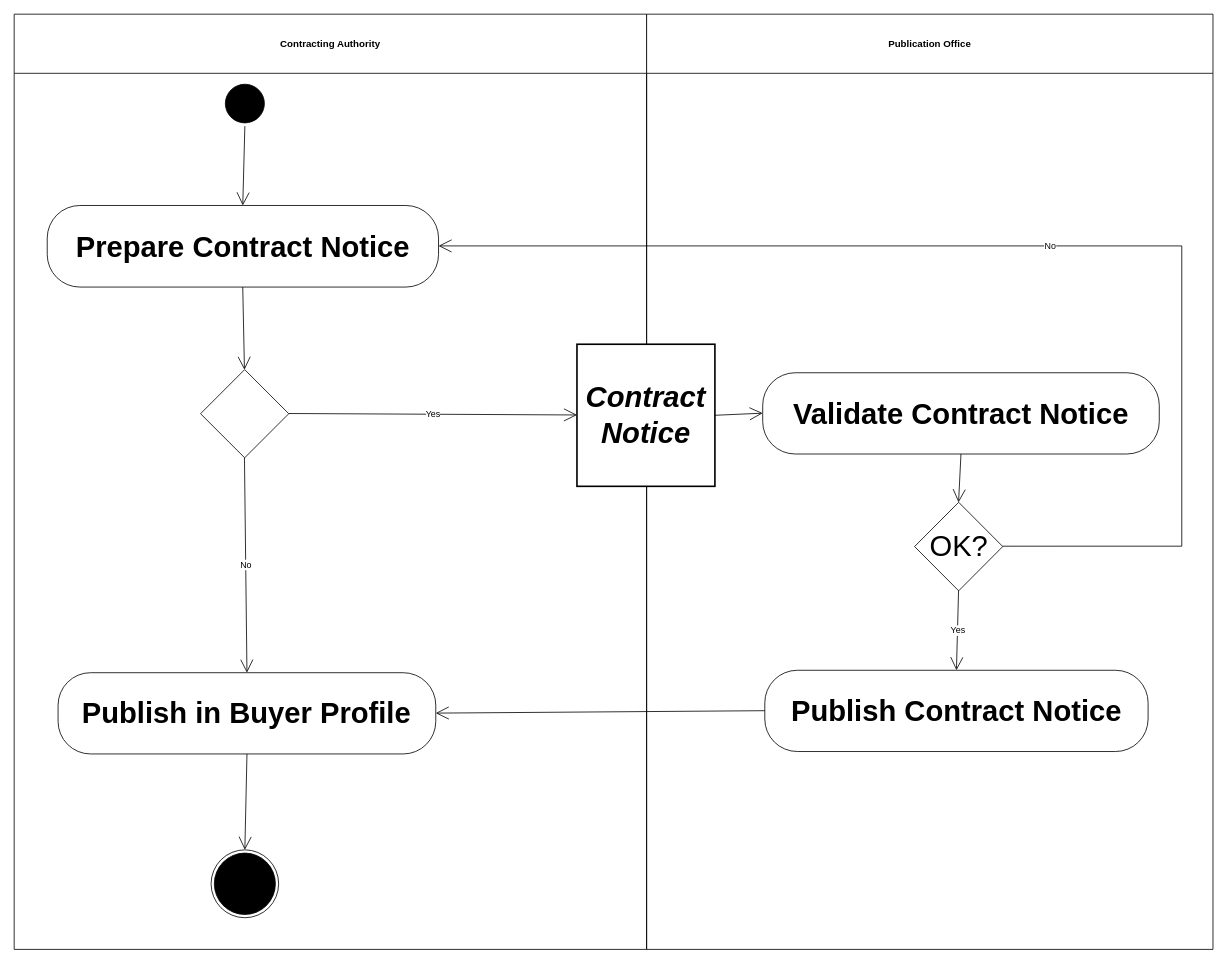
Before: diagrams/UBL-2.2-Tender-ContractInfoNotify/UBL-2.2-Tender-ContractInfoNotify.drawio in kduvekot/ubl-work-on-svg-images, a draw.io diagram. Source tidied: cells renumbered, new cells numbered last; positions are measured from the earlier drawing's top-left corner, leaving out a move shared by most shapes. Both pictures are drawn from the tidied source at 81%, with x=0, y=0 at pixel (14, 14).
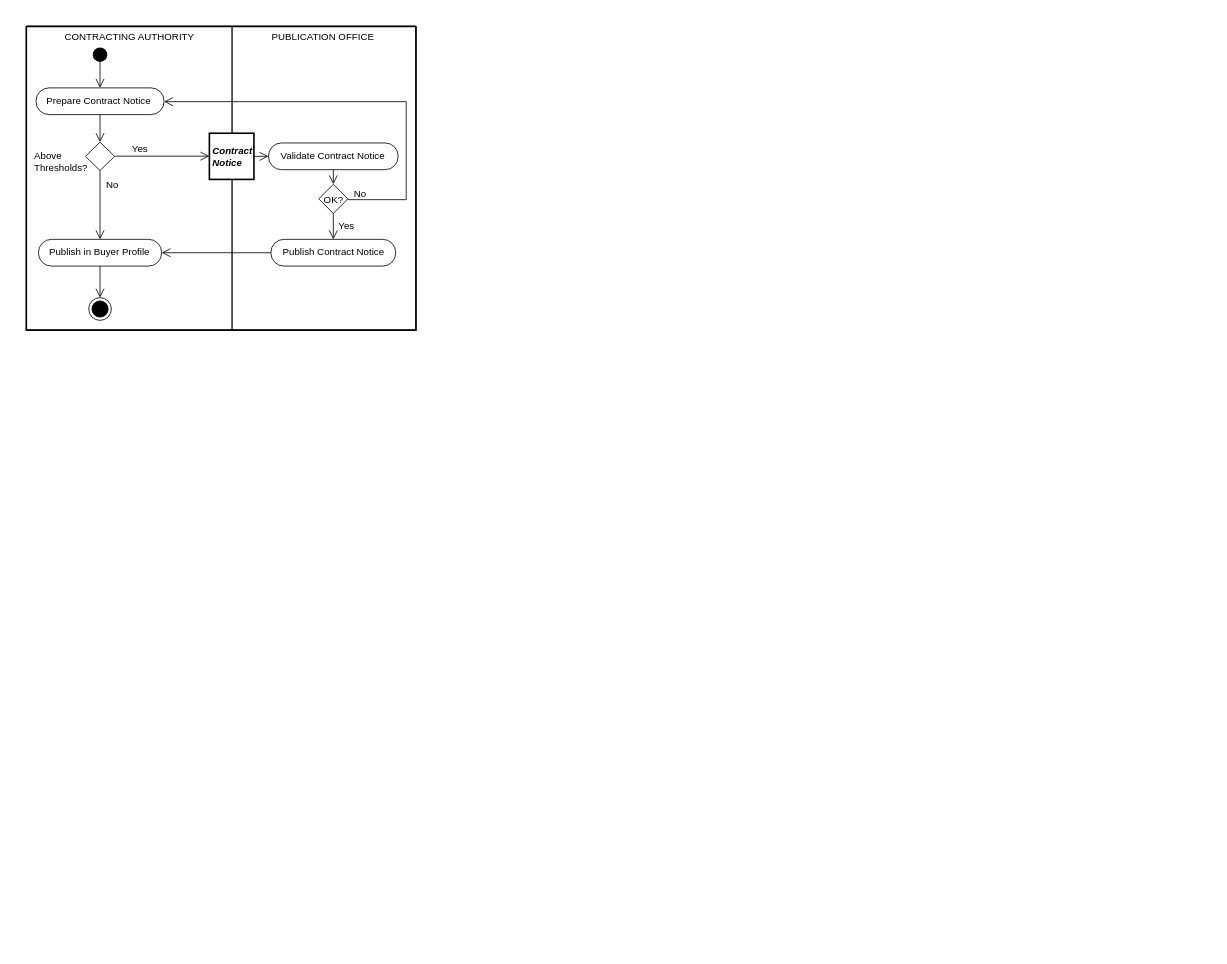
After the change.

The edit, as a diff of the source:
```diff
@@
+    <mxCell id="23" style="swimlane;html=1;startSize=0;whiteSpace=wrap;fillColor=none;strokeWidth=2;" parent="1" vertex="1">
+      <mxGeometry x="15" y="15" width="481" height="375" as="geometry" />
+    </mxCell>
-    <mxCell id="2" value="Contracting Authority" style="swimlane;whiteSpace=wrap;html=1;startSize=73;" parent="1" vertex="1">
-      <mxGeometry width="780.8" height="1154.6" as="geometry" />
+    <mxCell id="2" value="CONTRACTING AUTHORITY" style="swimlane;horizontal=1;startSize=26;swimlaneLine=0;html=1;fillColor=none;fontSize=12;fontStyle=0;spacing=0;" parent="23" vertex="1">
+      <mxGeometry width="254" height="375" as="geometry" />
     </mxCell>
-    <mxCell id="3" value="Publication Office" style="swimlane;whiteSpace=wrap;html=1;startSize=73;" parent="1" vertex="1">
-      <mxGeometry x="780.8" width="699.2" height="1154.6" as="geometry" />
+    <mxCell id="3" value="PUBLICATION OFFICE" style="swimlane;horizontal=1;startSize=26;swimlaneLine=0;html=1;fillColor=none;fontSize=12;fontStyle=0;spacing=0;spacingRight=3;" parent="23" vertex="1">
+      <mxGeometry x="254" width="227" height="375" as="geometry" />
     </mxCell>
-    <mxCell id="4" style="ellipse;html=1;shape=startState;fillColor=#000000;strokeColor=#000000;fontFamily=Helvetica;fontSize=36;" parent="1" vertex="1">
-      <mxGeometry x="256.7" y="82.5" width="56.2" height="55.7" as="geometry" />
+    <mxCell id="4" style="ellipse;shape=startState;fillColor=#000000;strokeColor=none;html=1;" parent="2" vertex="1">
+      <mxGeometry x="78" y="22" width="26" height="26" as="geometry" />
     </mxCell>
-    <mxCell id="5" value="Prepare Contract Notice" style="rounded=1;arcSize=40;whiteSpace=wrap;html=1;fontStyle=1;fontFamily=Helvetica;fontSize=36;" parent="1" vertex="1">
-      <mxGeometry x="40.8" y="236.2" width="483.1" height="100.7" as="geometry" />
+    <mxCell id="5" value="Prepare Contract Notice" style="rounded=1;absoluteArcSize=1;arcSize=32;html=1;whiteSpace=nowrap;fontSize=12;fontStyle=0;align=center;verticalAlign=middle;spacing=0;spacingRight=4;spacingBottom=1;" parent="2" vertex="1">
+      <mxGeometry x="12" y="76" width="158" height="33" as="geometry" />
     </mxCell>
-    <mxCell id="6" value="Contract Notice" style="rounded=0;whiteSpace=wrap;html=1;fontStyle=3;strokeWidth=2;fontFamily=Helvetica;fontSize=36;" parent="1" vertex="1">
-      <mxGeometry x="694.8" y="407.5" width="170.3" height="175.4" as="geometry" />
+    <mxCell id="6" value="Contract&lt;br&gt;Notice" style="rounded=0;html=1;whiteSpace=nowrap;fontSize=12;fontStyle=3;align=left;verticalAlign=middle;spacing=0;spacingLeft=4;strokeWidth=2;" parent="3" vertex="1">
+      <mxGeometry x="-28" y="132" width="55" height="57" as="geometry" />
     </mxCell>
-    <mxCell id="7" style="rhombus;whiteSpace=wrap;html=1;fontFamily=Helvetica;fontSize=36;" parent="1" vertex="1">
-      <mxGeometry x="230.1" y="438.8" width="108.9" height="108.9" as="geometry" />
+    <mxCell id="7" value="Above&lt;br&gt;Thresholds?" style="rhombus;html=1;whiteSpace=nowrap;fontSize=12;fontStyle=0;align=left;verticalAlign=middle;spacing=0;spacingLeft=-63;spacingTop=13;" parent="2" vertex="1">
+      <mxGeometry x="73" y="143" width="36" height="35" as="geometry" />
     </mxCell>
-    <mxCell id="8" value="Validate Contract Notice" style="rounded=1;arcSize=40;whiteSpace=wrap;html=1;fontStyle=1;fontFamily=Helvetica;fontSize=36;" parent="1" vertex="1">
-      <mxGeometry x="924.1" y="442.7" width="489.6" height="100.3" as="geometry" />
+    <mxCell id="8" value="Validate Contract Notice" style="rounded=1;absoluteArcSize=1;arcSize=32;html=1;whiteSpace=nowrap;fontSize=12;fontStyle=0;align=center;verticalAlign=middle;spacing=0;spacingRight=3;spacingBottom=1;" parent="3" vertex="1">
+      <mxGeometry x="45" y="144" width="160" height="33" as="geometry" />
     </mxCell>
-    <mxCell id="9" value="OK?" style="rhombus;whiteSpace=wrap;html=1;fontFamily=Helvetica;fontSize=36;" parent="1" vertex="1">
-      <mxGeometry x="1111.6" y="602.6" width="108.9" height="109.3" as="geometry" />
+    <mxCell id="9" value="OK?" style="rhombus;html=1;whiteSpace=nowrap;fontSize=12;fontStyle=0;align=center;verticalAlign=middle;spacing=0;spacingTop=2;" parent="3" vertex="1">
+      <mxGeometry x="107" y="195" width="36" height="36" as="geometry" />
     </mxCell>
-    <mxCell id="10" value="Publish Contract Notice" style="rounded=1;arcSize=40;whiteSpace=wrap;html=1;fontStyle=1;fontFamily=Helvetica;fontSize=36;" parent="1" vertex="1">
-      <mxGeometry x="926.7" y="810" width="473.2" height="100.3" as="geometry" />
+    <mxCell id="10" value="Publish Contract Notice" style="rounded=1;absoluteArcSize=1;arcSize=32;html=1;whiteSpace=nowrap;fontSize=12;fontStyle=0;align=center;verticalAlign=middle;spacing=0;spacingBottom=1;" parent="3" vertex="1">
+      <mxGeometry x="48" y="263" width="154" height="33" as="geometry" />
     </mxCell>
-    <mxCell id="11" value="Publish in Buyer Profile" style="rounded=1;arcSize=40;whiteSpace=wrap;html=1;fontStyle=1;fontFamily=Helvetica;fontSize=36;" parent="1" vertex="1">
-      <mxGeometry x="54.2" y="813" width="466.3" height="100.3" as="geometry" />
+    <mxCell id="11" value="Publish in Buyer Profile" style="rounded=1;absoluteArcSize=1;arcSize=32;html=1;whiteSpace=nowrap;fontSize=12;fontStyle=0;align=center;verticalAlign=middle;spacing=0;spacingRight=3;spacingBottom=1;" parent="2" vertex="1">
+      <mxGeometry x="15" y="263" width="152" height="33" as="geometry" />
     </mxCell>
-    <mxCell id="12" style="ellipse;html=1;shape=endState;fillColor=#000000;strokeColor=#000000;fontFamily=Helvetica;fontSize=36;" parent="1" vertex="1">
-      <mxGeometry x="243.1" y="1031.7" width="83.4" height="83.8" as="geometry" />
+    <mxCell id="12" style="ellipse;shape=endState;fillColor=#000000;html=1;" parent="2" vertex="1">
+      <mxGeometry x="77" y="335" width="28" height="28" as="geometry" />
     </mxCell>
-    <mxCell id="13" style="edgeStyle=none;rounded=0;html=1;endArrow=open;endFill=0;endSize=14;exitX=0.5;exitY=1.0;entryX=0.4997;entryY=0.0;" parent="1" edge="1" source="4" target="5">
+    <mxCell id="13" style="edgeStyle=none;rounded=0;html=1;endArrow=open;endFill=0;endSize=9;exitPerimeter=0;entryX=0.5;entryY=0;entryPerimeter=0;exitX=0.5;exitY=0.8473;" parent="2" edge="1" source="4" target="5">
       <mxGeometry relative="1" as="geometry" />
     </mxCell>
-    <mxCell id="14" value="No" style="edgeStyle=orthogonalEdgeStyle;rounded=0;html=1;endArrow=open;endFill=0;endSize=14;exitX=1.0;exitY=0.4959;entryX=1.0;entryY=0.4955;" parent="1" edge="1" source="9" target="5">
-      <mxGeometry relative="1" as="geometry">
+    <mxCell id="14" value="No" style="edgeStyle=orthogonalEdgeStyle;rounded=0;html=1;endArrow=open;endFill=0;endSize=9;exitPerimeter=0;entryPerimeter=0;fontSize=12;fontStyle=0;align=center;verticalAlign=middle;labelBackgroundColor=none;exitX=1;exitY=0.527778;entryX=1;entryY=0.515152;" parent="23" edge="1" source="9" target="5">
+      <mxGeometry x="-0.94" relative="1" as="geometry">
         <Array as="points">
-          <mxPoint x="1441.5" y="656.8" />
-          <mxPoint x="1441.5" y="286.1" />
+          <mxPoint x="469" y="214" />
+          <mxPoint x="469" y="93" />
         </Array>
+        <mxPoint y="-7" as="offset" />
       </mxGeometry>
     </mxCell>
-    <mxCell id="15" style="edgeStyle=none;rounded=0;html=1;endArrow=open;endFill=0;endSize=14;exitX=0.4997;exitY=1.0;entryX=0.4977;entryY=0.0;" parent="1" edge="1" source="5" target="7">
+    <mxCell id="15" style="edgeStyle=none;rounded=0;html=1;endArrow=open;endFill=0;endSize=9;exitX=0.5;exitY=1;exitPerimeter=0;entryX=0.5;entryY=0;entryPerimeter=0;" parent="2" edge="1" source="5" target="7">
       <mxGeometry relative="1" as="geometry" />
     </mxCell>
-    <mxCell id="16" style="edgeStyle=none;rounded=0;html=1;endArrow=open;endFill=0;endSize=14;exitX=1.0;exitY=0.5;entryX=0.0;entryY=0.4975;" parent="1" edge="1" source="6" target="8">
+    <mxCell id="16" style="edgeStyle=none;rounded=0;html=1;endArrow=open;endFill=0;endSize=9;exitX=1;exitY=0.5;exitPerimeter=0;entryX=0;entryY=0.5;entryPerimeter=0;" parent="3" edge="1" source="6" target="8">
       <mxGeometry relative="1" as="geometry" />
     </mxCell>
-    <mxCell id="17" value="Yes" style="edgeStyle=none;rounded=0;html=1;endArrow=open;endFill=0;endSize=14;exitX=1.0;exitY=0.4977;entryX=0.0;entryY=0.4977;" parent="1" edge="1" source="7" target="6">
-      <mxGeometry relative="1" as="geometry" />
+    <mxCell id="17" value="Yes" style="edgeStyle=none;rounded=0;html=1;endArrow=open;endFill=0;endSize=9;exitPerimeter=0;entryX=0;entryY=0.4965;entryPerimeter=0;fontSize=12;fontStyle=0;align=center;verticalAlign=middle;labelBackgroundColor=none;exitX=1;exitY=0.4943;" parent="23" edge="1" source="7" target="6">
+      <mxGeometry x="-0.47" relative="1" as="geometry">
+        <mxPoint y="-8" as="offset" />
+      </mxGeometry>
     </mxCell>
-    <mxCell id="18" style="edgeStyle=none;rounded=0;html=1;endArrow=open;endFill=0;endSize=14;exitX=0.5;exitY=1.0;entryX=0.4986;entryY=0.0;" parent="1" edge="1" source="8" target="9">
+    <mxCell id="18" style="edgeStyle=none;rounded=0;html=1;endArrow=open;endFill=0;endSize=9;exitX=0.5;exitY=1;exitPerimeter=0;entryX=0.5;entryY=0;entryPerimeter=0;" parent="3" edge="1" source="8" target="9">
       <mxGeometry relative="1" as="geometry" />
     </mxCell>
-    <mxCell id="19" value="No" style="edgeStyle=none;rounded=0;html=1;endArrow=open;endFill=0;endSize=14;exitX=0.4977;exitY=1.0;entryX=0.5001;entryY=0.0;" parent="1" edge="1" source="7" target="11">
-      <mxGeometry relative="1" as="geometry" />
+    <mxCell id="19" value="No" style="edgeStyle=none;rounded=0;html=1;endArrow=open;endFill=0;endSize=9;exitX=0.5;exitY=1;exitPerimeter=0;entryX=0.5;entryY=0;entryPerimeter=0;fontSize=12;fontStyle=0;align=center;verticalAlign=middle;labelBackgroundColor=none;" parent="2" edge="1" source="7" target="11">
+      <mxGeometry x="-0.57" relative="1" as="geometry">
+        <mxPoint x="15" as="offset" />
+      </mxGeometry>
     </mxCell>
-    <mxCell id="20" value="Yes" style="edgeStyle=none;rounded=0;html=1;endArrow=open;endFill=0;endSize=14;exitX=0.4986;exitY=1.0;entryX=0.5;entryY=0.0;" parent="1" edge="1" source="9" target="10">
-      <mxGeometry relative="1" as="geometry" />
+    <mxCell id="20" value="Yes" style="edgeStyle=none;rounded=0;html=1;endArrow=open;endFill=0;endSize=9;exitX=0.5;exitY=1;exitPerimeter=0;entryX=0.5;entryY=0;entryPerimeter=0;fontSize=12;fontStyle=0;align=center;verticalAlign=middle;labelBackgroundColor=none;" parent="3" edge="1" source="9" target="10">
+      <mxGeometry x="0.01" relative="1" as="geometry">
+        <mxPoint x="16" as="offset" />
+      </mxGeometry>
     </mxCell>
-    <mxCell id="21" style="edgeStyle=none;rounded=0;html=1;endArrow=open;endFill=0;endSize=14;exitX=0.0;exitY=0.4975;entryX=1.0;entryY=0.4975;" parent="1" edge="1" source="10" target="11">
+    <mxCell id="21" style="edgeStyle=none;rounded=0;html=1;endArrow=open;endFill=0;endSize=9;exitX=0;exitY=0.5;exitPerimeter=0;entryX=1;entryY=0.5;entryPerimeter=0;" parent="23" edge="1" source="10" target="11">
       <mxGeometry relative="1" as="geometry" />
     </mxCell>
-    <mxCell id="22" style="edgeStyle=none;rounded=0;html=1;endArrow=open;endFill=0;endSize=14;exitX=0.5001;exitY=1.0;entryX=0.5;entryY=0.0;" parent="1" edge="1" source="11" target="12">
+    <mxCell id="22" style="edgeStyle=none;rounded=0;html=1;endArrow=open;endFill=0;endSize=9;exitX=0.5;exitY=1;exitPerimeter=0;entryX=0.5;entryY=0;entryPerimeter=0;" parent="2" edge="1" source="11" target="12">
       <mxGeometry relative="1" as="geometry" />
     </mxCell>
```
